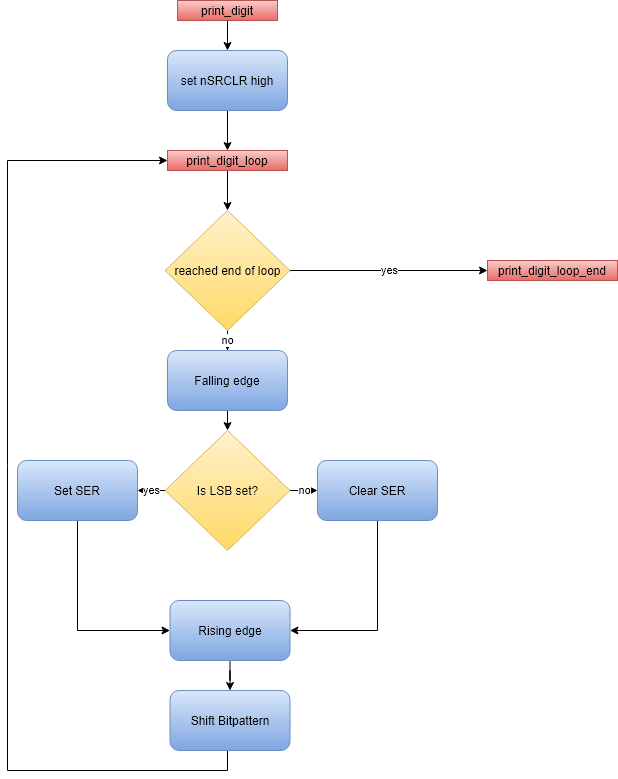
The draw.io diagram diagrams/export/Programmablauf_print_digit.png in DerToaster98/SysProgTIT18, before a commit. Source tidied: cells renumbered, new cells last; positions are measured from the earlier drawing's top-left corner, leaving out a move shared by most shapes.
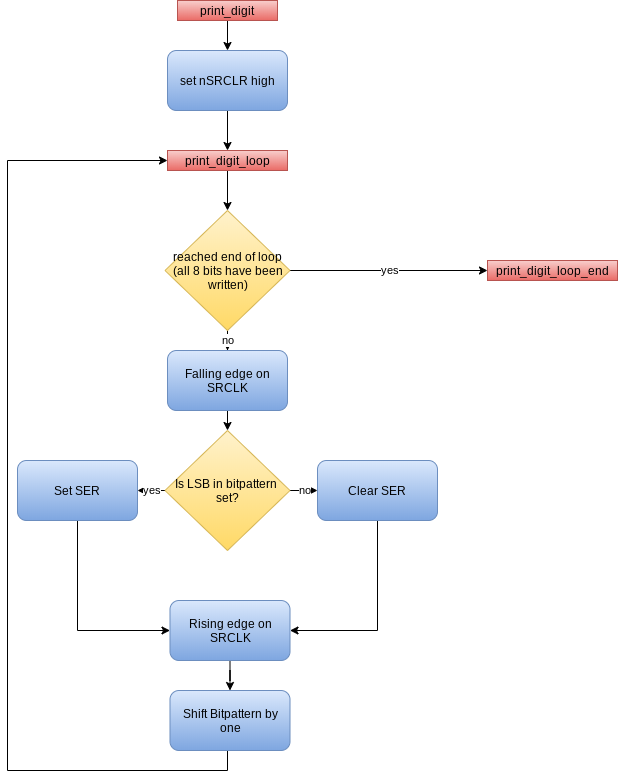
After the change.

The edit, as a diff of the source:
```diff
@@ -26,7 +26,7 @@
     <mxCell id="9" value="no" style="edgeStyle=orthogonalEdgeStyle;rounded=0;jettySize=auto;html=1;exitX=0.5;exitY=1;exitDx=0;exitDy=0;" parent="1" edge="1" source="10" target="16">
       <mxGeometry relative="1" as="geometry" />
     </mxCell>
-    <mxCell id="10" value="reached end of loop" style="rhombus;whiteSpace=wrap;html=1;gradientColor=#ffd966;fillColor=#fff2cc;strokeColor=#d6b656;" parent="1" vertex="1">
+    <mxCell id="10" value="&lt;div&gt;reached end of loop&lt;/div&gt;&lt;div&gt;(all 8 bits have been written)&lt;br&gt;&lt;/div&gt;" style="rhombus;whiteSpace=wrap;html=1;gradientColor=#ffd966;fillColor=#fff2cc;strokeColor=#d6b656;" parent="1" vertex="1">
       <mxGeometry x="157.5" y="210" width="125" height="120" as="geometry" />
     </mxCell>
     <mxCell id="11" value="print_digit_loop_end" style="text;html=1;strokeColor=#b85450;fillColor=#f8cecc;align=center;verticalAlign=middle;whiteSpace=wrap;rounded=0;gradientColor=#ea6b66;" parent="1" vertex="1">
@@ -38,13 +38,13 @@
     <mxCell id="13" value="yes" style="edgeStyle=orthogonalEdgeStyle;rounded=0;jettySize=auto;html=1;entryX=1;entryY=0.5;entryDx=0;entryDy=0;" parent="1" edge="1" source="14" target="18">
       <mxGeometry relative="1" as="geometry" />
     </mxCell>
-    <mxCell id="14" value="Is LSB set?" style="rhombus;whiteSpace=wrap;html=1;gradientColor=#ffd966;fillColor=#fff2cc;strokeColor=#d6b656;" parent="1" vertex="1">
+    <mxCell id="14" value="Is LSB in bitpattern&amp;nbsp; set?" style="rhombus;whiteSpace=wrap;html=1;gradientColor=#ffd966;fillColor=#fff2cc;strokeColor=#d6b656;" parent="1" vertex="1">
       <mxGeometry x="157.5" y="430" width="125" height="120" as="geometry" />
     </mxCell>
     <mxCell id="15" style="edgeStyle=orthogonalEdgeStyle;rounded=0;jettySize=auto;html=1;exitX=0.5;exitY=1;exitDx=0;exitDy=0;entryX=0.5;entryY=0;entryDx=0;entryDy=0;" parent="1" edge="1" source="16" target="14">
       <mxGeometry relative="1" as="geometry" />
     </mxCell>
-    <mxCell id="16" value="Falling edge" style="rounded=1;whiteSpace=wrap;html=1;gradientColor=#7ea6e0;fillColor=#dae8fc;strokeColor=#6c8ebf;" parent="1" vertex="1">
+    <mxCell id="16" value="Falling edge on SRCLK" style="rounded=1;whiteSpace=wrap;html=1;gradientColor=#7ea6e0;fillColor=#dae8fc;strokeColor=#6c8ebf;" parent="1" vertex="1">
       <mxGeometry x="160" y="350" width="120" height="60" as="geometry" />
     </mxCell>
     <mxCell id="17" style="edgeStyle=orthogonalEdgeStyle;rounded=0;jettySize=auto;html=1;exitX=0.5;exitY=1;exitDx=0;exitDy=0;entryX=0;entryY=0.5;entryDx=0;entryDy=0;" parent="1" edge="1" source="18" target="23">
@@ -75,10 +75,10 @@
     <mxCell id="22" style="edgeStyle=orthogonalEdgeStyle;rounded=0;jettySize=auto;html=1;" parent="1" edge="1" source="23" target="24">
       <mxGeometry relative="1" as="geometry" />
     </mxCell>
-    <mxCell id="23" value="Rising edge" style="rounded=1;whiteSpace=wrap;html=1;gradientColor=#7ea6e0;fillColor=#dae8fc;strokeColor=#6c8ebf;" parent="1" vertex="1">
+    <mxCell id="23" value="Rising edge on SRCLK" style="rounded=1;whiteSpace=wrap;html=1;gradientColor=#7ea6e0;fillColor=#dae8fc;strokeColor=#6c8ebf;" parent="1" vertex="1">
       <mxGeometry x="162.5" y="600" width="120" height="60" as="geometry" />
     </mxCell>
-    <mxCell id="24" value="Shift Bitpattern" style="rounded=1;whiteSpace=wrap;html=1;fillColor=#dae8fc;strokeColor=#6c8ebf;gradientColor=#7ea6e0;" parent="1" vertex="1">
+    <mxCell id="24" value="Shift Bitpattern by one" style="rounded=1;whiteSpace=wrap;html=1;fillColor=#dae8fc;strokeColor=#6c8ebf;gradientColor=#7ea6e0;" parent="1" vertex="1">
       <mxGeometry x="162.5" y="690" width="120" height="60" as="geometry" />
     </mxCell>
   </root>
```
